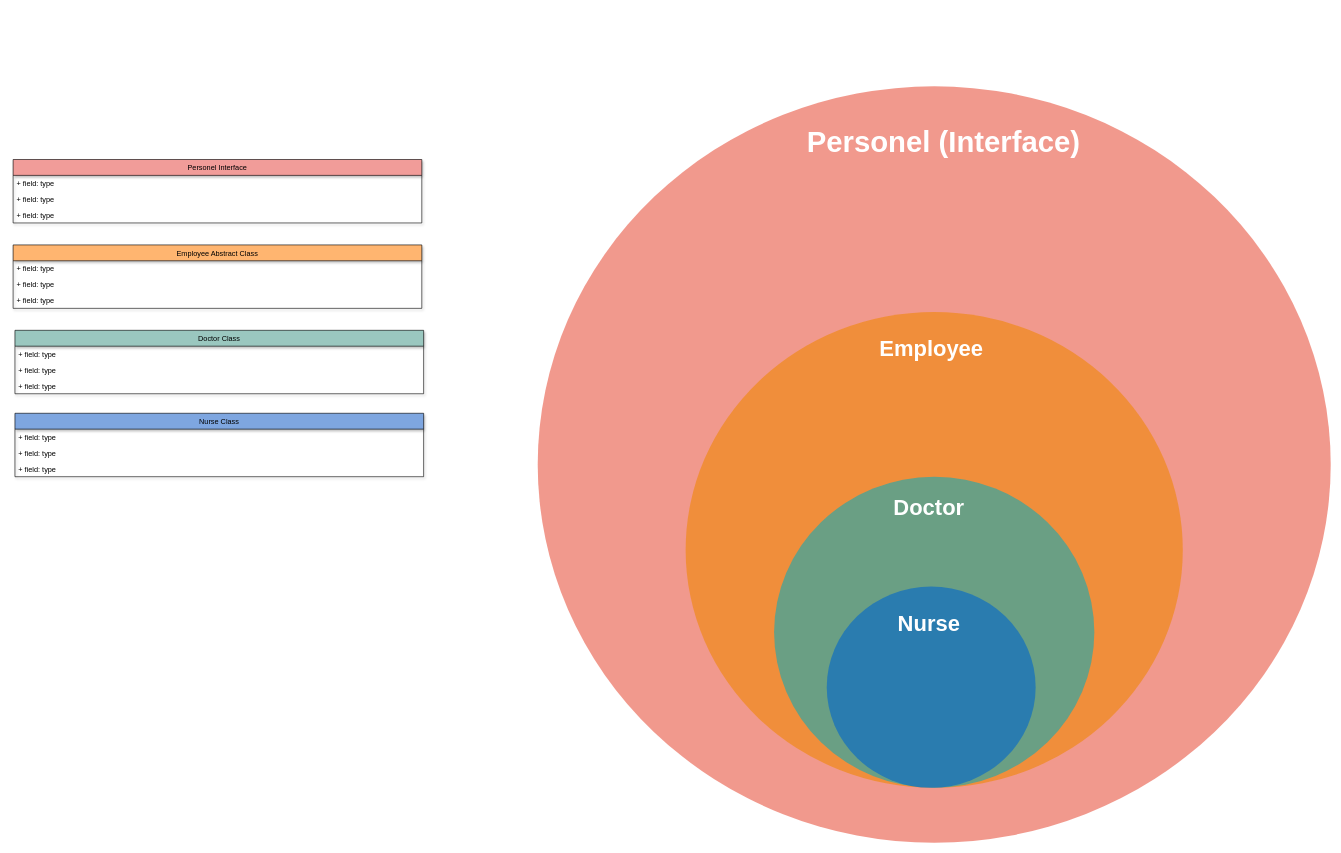
This is page "entity-inheritance" (2 of 2) of TableRelationsAndEntityInheritanceDiagram.drawio from TaranCorp/MedicalCenter, a draw.io file, before an edit. Source tidied: cells renumbered, new cells numbered last; positions are measured from the earlier drawing's top-left corner, leaving out a move shared by most shapes. Both pictures are drawn from the tidied source at 61%, with x=0, y=0 at pixel (13, 86).
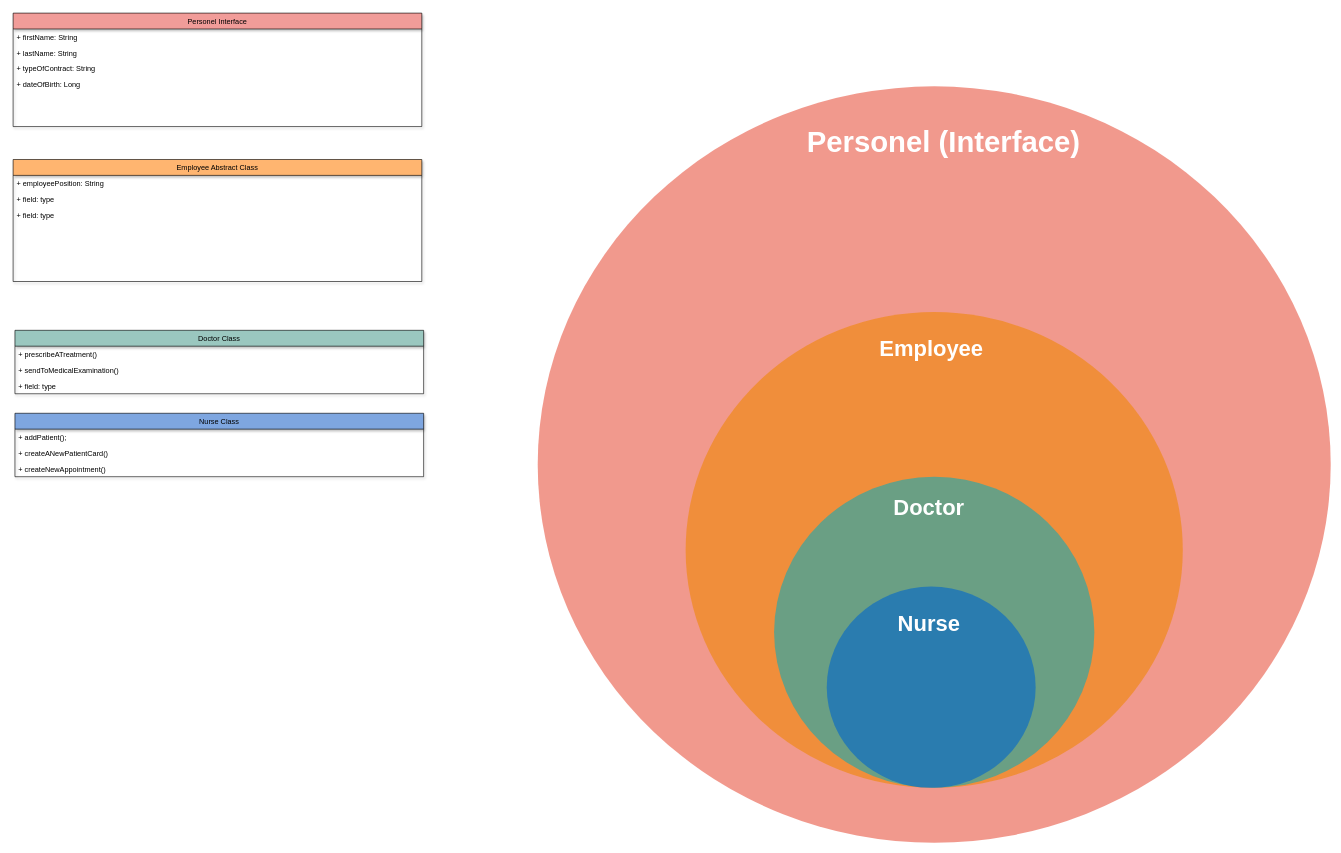
The same page after the edit.

The change refers to these unchanged cells:
```xml
<mxCell id="18" value="Doctor Class" style="swimlane;fontStyle=0;horizontal=1;startSize=26;fillColor=#9AC7BF;shadow=1;strokeColor=#000000;" parent="1" vertex="1">
  <mxGeometry x="3" y="400" width="670" height="104" as="geometry" />
</mxCell>
<mxCell id="22" value="Nurse Class" style="swimlane;fontStyle=0;horizontal=1;startSize=26;fillColor=#7EA6E0;shadow=1;strokeColor=#000000;" parent="1" vertex="1">
  <mxGeometry x="3" y="536" width="670" height="104" as="geometry" />
</mxCell>
```

Diff of the diagram source:
```diff
@@
     <mxCell id="10" value="Personel Interface" style="swimlane;fontStyle=0;horizontal=1;startSize=26;fillColor=#F19C99;shadow=1;strokeColor=#000000;" parent="1" vertex="1">
-      <mxGeometry y="120" width="670" height="104" as="geometry" />
+      <mxGeometry y="-120" width="670" height="186" as="geometry" />
     </mxCell>
-    <mxCell id="11" value="+ field: type" style="text;strokeColor=none;fillColor=none;align=left;verticalAlign=top;spacingLeft=4;spacingRight=4;overflow=hidden;" parent="10" vertex="1">
+    <mxCell id="11" value="+ firstName: String" style="text;strokeColor=none;fillColor=none;align=left;verticalAlign=top;spacingLeft=4;spacingRight=4;overflow=hidden;" parent="10" vertex="1">
       <mxGeometry y="26" width="670" height="26" as="geometry" />
     </mxCell>
-    <mxCell id="12" value="+ field: type" style="text;strokeColor=none;fillColor=none;align=left;verticalAlign=top;spacingLeft=4;spacingRight=4;overflow=hidden;" parent="10" vertex="1">
+    <mxCell id="12" value="+ lastName: String" style="text;strokeColor=none;fillColor=none;align=left;verticalAlign=top;spacingLeft=4;spacingRight=4;overflow=hidden;" parent="10" vertex="1">
       <mxGeometry y="52" width="670" height="26" as="geometry" />
     </mxCell>
+    <mxCell id="26" value="+ typeOfContract: String" style="text;strokeColor=none;fillColor=none;align=left;verticalAlign=top;spacingLeft=4;spacingRight=4;overflow=hidden;" parent="10" vertex="1">
+      <mxGeometry y="78" width="670" height="26" as="geometry" />
+    </mxCell>
-    <mxCell id="13" value="+ field: type" style="text;strokeColor=none;fillColor=none;align=left;verticalAlign=top;spacingLeft=4;spacingRight=4;overflow=hidden;" parent="10" vertex="1">
-      <mxGeometry y="78" width="670" height="26" as="geometry" />
+    <mxCell id="13" value="+ dateOfBirth: Long" style="text;strokeColor=none;fillColor=none;align=left;verticalAlign=top;spacingLeft=4;spacingRight=4;overflow=hidden;" parent="10" vertex="1">
+      <mxGeometry y="104" width="670" height="82" as="geometry" />
     </mxCell>
     <mxCell id="14" value="Employee Abstract Class" style="swimlane;fontStyle=0;horizontal=1;startSize=26;fillColor=#FFB570;shadow=1;strokeColor=#000000;" parent="1" vertex="1">
-      <mxGeometry y="260" width="670" height="104" as="geometry" />
+      <mxGeometry y="120" width="670" height="200" as="geometry" />
     </mxCell>
-    <mxCell id="15" value="+ field: type" style="text;strokeColor=none;fillColor=none;align=left;verticalAlign=top;spacingLeft=4;spacingRight=4;overflow=hidden;" parent="14" vertex="1">
+    <mxCell id="15" value="+ employeePosition: String" style="text;strokeColor=none;fillColor=none;align=left;verticalAlign=top;spacingLeft=4;spacingRight=4;overflow=hidden;" parent="14" vertex="1">
       <mxGeometry y="26" width="670" height="26" as="geometry" />
     </mxCell>
@@
     <mxCell id="17" value="+ field: type" style="text;strokeColor=none;fillColor=none;align=left;verticalAlign=top;spacingLeft=4;spacingRight=4;overflow=hidden;" parent="14" vertex="1">
-      <mxGeometry y="78" width="670" height="26" as="geometry" />
+      <mxGeometry y="78" width="670" height="122" as="geometry" />
     </mxCell>
@@
-    <mxCell id="19" value="+ field: type" style="text;strokeColor=none;fillColor=none;align=left;verticalAlign=top;spacingLeft=4;spacingRight=4;overflow=hidden;" parent="18" vertex="1">
+    <mxCell id="19" value="+ prescribeATreatment()" style="text;strokeColor=none;fillColor=none;align=left;verticalAlign=top;spacingLeft=4;spacingRight=4;overflow=hidden;" parent="18" vertex="1">
       <mxGeometry y="26" width="670" height="26" as="geometry" />
     </mxCell>
-    <mxCell id="20" value="+ field: type" style="text;strokeColor=none;fillColor=none;align=left;verticalAlign=top;spacingLeft=4;spacingRight=4;overflow=hidden;" parent="18" vertex="1">
+    <mxCell id="20" value="+ sendToMedicalExamination()" style="text;strokeColor=none;fillColor=none;align=left;verticalAlign=top;spacingLeft=4;spacingRight=4;overflow=hidden;" parent="18" vertex="1">
       <mxGeometry y="52" width="670" height="26" as="geometry" />
     </mxCell>
@@
-    <mxCell id="23" value="+ field: type" style="text;strokeColor=none;fillColor=none;align=left;verticalAlign=top;spacingLeft=4;spacingRight=4;overflow=hidden;" parent="22" vertex="1">
+    <mxCell id="23" value="+ addPatient();" style="text;strokeColor=none;fillColor=none;align=left;verticalAlign=top;spacingLeft=4;spacingRight=4;overflow=hidden;" parent="22" vertex="1">
       <mxGeometry y="26" width="670" height="26" as="geometry" />
     </mxCell>
-    <mxCell id="24" value="+ field: type" style="text;strokeColor=none;fillColor=none;align=left;verticalAlign=top;spacingLeft=4;spacingRight=4;overflow=hidden;" parent="22" vertex="1">
+    <mxCell id="24" value="+ createANewPatientCard()" style="text;strokeColor=none;fillColor=none;align=left;verticalAlign=top;spacingLeft=4;spacingRight=4;overflow=hidden;" parent="22" vertex="1">
       <mxGeometry y="52" width="670" height="26" as="geometry" />
     </mxCell>
-    <mxCell id="25" value="+ field: type" style="text;strokeColor=none;fillColor=none;align=left;verticalAlign=top;spacingLeft=4;spacingRight=4;overflow=hidden;" parent="22" vertex="1">
+    <mxCell id="25" value="+ createNewAppointment()" style="text;strokeColor=none;fillColor=none;align=left;verticalAlign=top;spacingLeft=4;spacingRight=4;overflow=hidden;" parent="22" vertex="1">
       <mxGeometry y="78" width="670" height="26" as="geometry" />
     </mxCell>
```
